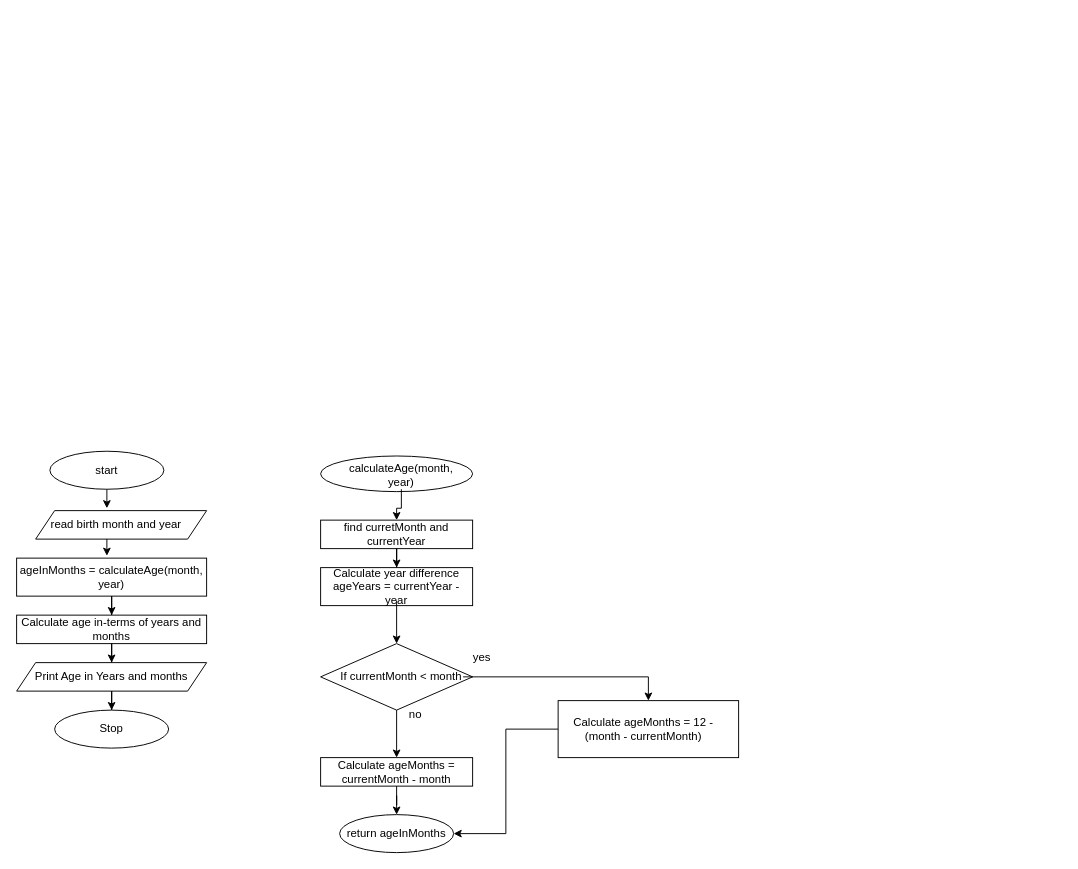
This is Untitled Diagram.drawio from n-fry/Turtle, a draw.io file, before an edit. Source tidied: cells renumbered, new cells numbered last; positions are measured from the earlier drawing's top-left corner, leaving out a move shared by most shapes. Both pictures are drawn from the tidied source at 95%, with x=0, y=0 at pixel (16, 451).
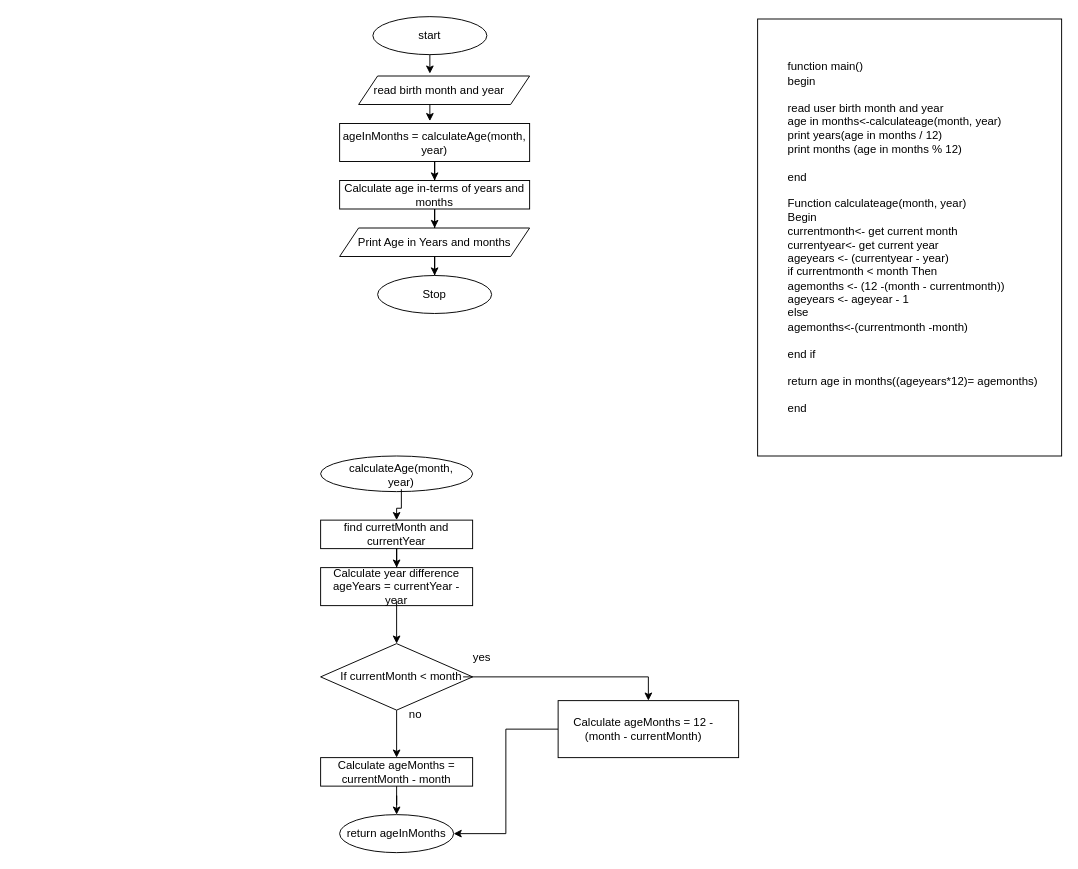
Above is the later version.

Change to the diagram source:
```diff
@@
     <mxCell id="2" style="edgeStyle=orthogonalEdgeStyle;rounded=0;jettySize=auto;html=1;" parent="1" edge="1" source="3">
       <mxGeometry relative="1" as="geometry">
-        <mxPoint x="95" y="59.5" as="targetPoint" />
+        <mxPoint x="435" y="-398" as="targetPoint" />
       </mxGeometry>
     </mxCell>
     <mxCell id="3" style="ellipse;whiteSpace=wrap;html=1;" parent="1" vertex="1">
-      <mxGeometry x="35" y="-0.5" width="120" height="40" as="geometry" />
+      <mxGeometry x="375" y="-458" width="120" height="40" as="geometry" />
     </mxCell>
     <mxCell id="4" value="start" style="text;html=1;strokeColor=none;fillColor=none;align=center;verticalAlign=middle;whiteSpace=wrap;rounded=0;" parent="1" vertex="1">
-      <mxGeometry x="65" y="4.5" width="60" height="30" as="geometry" />
+      <mxGeometry x="405" y="-453" width="60" height="30" as="geometry" />
     </mxCell>
     <mxCell id="5" style="edgeStyle=orthogonalEdgeStyle;rounded=0;orthogonalLoop=1;jettySize=auto;html=1;" parent="1" edge="1">
       <mxGeometry relative="1" as="geometry">
-        <mxPoint x="95" y="89.5" as="sourcePoint" />
-        <mxPoint x="95" y="109.5" as="targetPoint" />
+        <mxPoint x="435" y="-368" as="sourcePoint" />
+        <mxPoint x="435" y="-348" as="targetPoint" />
       </mxGeometry>
     </mxCell>
     <mxCell id="6" style="shape=parallelogram;perimeter=parallelogramPerimeter;whiteSpace=wrap;html=1;fixedSize=1;" parent="1" vertex="1">
-      <mxGeometry x="20" y="62" width="180" height="30" as="geometry" />
+      <mxGeometry x="360" y="-395.5" width="180" height="30" as="geometry" />
     </mxCell>
     <mxCell id="7" value="read birth month and year" style="text;html=1;strokeColor=none;fillColor=none;align=center;verticalAlign=middle;whiteSpace=wrap;rounded=0;" parent="1" vertex="1">
-      <mxGeometry x="30" y="62" width="150" height="30" as="geometry" />
+      <mxGeometry x="370" y="-395.5" width="150" height="30" as="geometry" />
     </mxCell>
     <mxCell id="8" style="whiteSpace=wrap;html=1;" parent="1" vertex="1">
-      <mxGeometry y="112" width="200" height="40" as="geometry" />
+      <mxGeometry x="340" y="-345.5" width="200" height="40" as="geometry" />
     </mxCell>
@@
     <mxCell id="10" value="ageInMonths = calculateAge(month, year)" style="text;html=1;strokeColor=none;fillColor=none;align=center;verticalAlign=middle;whiteSpace=wrap;rounded=0;" parent="1" vertex="1">
-      <mxGeometry y="112" width="200" height="40" as="geometry" />
+      <mxGeometry x="340" y="-345.5" width="200" height="40" as="geometry" />
     </mxCell>
     <mxCell id="11" style="whiteSpace=wrap;html=1;" parent="1" vertex="1">
-      <mxGeometry y="172" width="200" height="30" as="geometry" />
+      <mxGeometry x="340" y="-285.5" width="200" height="30" as="geometry" />
     </mxCell>
@@
     <mxCell id="13" value="Calculate age in-terms of years and months" style="text;html=1;strokeColor=none;fillColor=none;align=center;verticalAlign=middle;whiteSpace=wrap;rounded=0;" parent="1" vertex="1">
-      <mxGeometry y="172" width="200" height="30" as="geometry" />
+      <mxGeometry x="340" y="-285.5" width="200" height="30" as="geometry" />
     </mxCell>
     <mxCell id="14" style="shape=parallelogram;perimeter=parallelogramPerimeter;whiteSpace=wrap;html=1;fixedSize=1;" parent="1" vertex="1">
-      <mxGeometry y="222" width="200" height="30" as="geometry" />
+      <mxGeometry x="340" y="-235.5" width="200" height="30" as="geometry" />
     </mxCell>
@@
     <mxCell id="16" value="Print Age in Years and months" style="text;html=1;strokeColor=none;fillColor=none;align=center;verticalAlign=middle;whiteSpace=wrap;rounded=0;" parent="1" vertex="1">
-      <mxGeometry x="10" y="222" width="180" height="30" as="geometry" />
+      <mxGeometry x="350" y="-235.5" width="180" height="30" as="geometry" />
     </mxCell>
     <mxCell id="17" style="ellipse;whiteSpace=wrap;html=1;" parent="1" vertex="1">
-      <mxGeometry x="40" y="272" width="120" height="40" as="geometry" />
+      <mxGeometry x="380" y="-185.5" width="120" height="40" as="geometry" />
     </mxCell>
     <mxCell id="18" value="Stop" style="text;html=1;strokeColor=none;fillColor=none;align=center;verticalAlign=middle;whiteSpace=wrap;rounded=0;" parent="1" vertex="1">
-      <mxGeometry x="70" y="277" width="60" height="30" as="geometry" />
+      <mxGeometry x="410" y="-180.5" width="60" height="30" as="geometry" />
     </mxCell>
@@
+    <mxCell id="42" style="rounded=0;whiteSpace=wrap;html=1;" parent="1" vertex="1">
+      <mxGeometry x="780" y="-455.5" width="320" height="460" as="geometry" />
+    </mxCell>
+    <mxCell id="43" value="function main()&lt;br&gt;begin&lt;br&gt;&lt;br&gt;read user birth month and year&lt;br&gt;age in months&amp;lt;-calculateage(month, year)&lt;br&gt;print years(age in months / 12)&lt;br&gt;print months (age in months % 12)&lt;br&gt;&lt;br&gt;end&lt;br&gt;&lt;br&gt;Function calculateage(month, year)&lt;br&gt;Begin&lt;br&gt;currentmonth&amp;lt;- get current month&lt;br&gt;currentyear&amp;lt;- get current year&lt;br&gt;ageyears &amp;lt;- (currentyear - year)&lt;br&gt;if currentmonth &amp;lt; month Then&lt;br&gt;agemonths &amp;lt;- (12 -(month - currentmonth))&lt;br&gt;ageyears &amp;lt;- ageyear - 1&lt;br&gt;else&lt;br&gt;agemonths&amp;lt;-(currentmonth -month)&lt;br&gt;&lt;br&gt;end if&lt;br&gt;&lt;br&gt;return age in months((ageyears*12)= agemonths)&lt;br&gt;&lt;br&gt;end" style="text;html=1;strokeColor=none;fillColor=none;align=left;verticalAlign=middle;whiteSpace=wrap;rounded=0;" parent="1" vertex="1">
+      <mxGeometry x="810" y="-445.5" width="270" height="440" as="geometry" />
+    </mxCell>
+    <mxCell id="44" style="edgeStyle=orthogonalEdgeStyle;rounded=0;orthogonalLoop=1;jettySize=auto;html=1;exitX=0.5;exitY=1;exitDx=0;exitDy=0;" parent="1" edge="1" source="42" target="42">
+      <mxGeometry relative="1" as="geometry" />
+    </mxCell>
```
